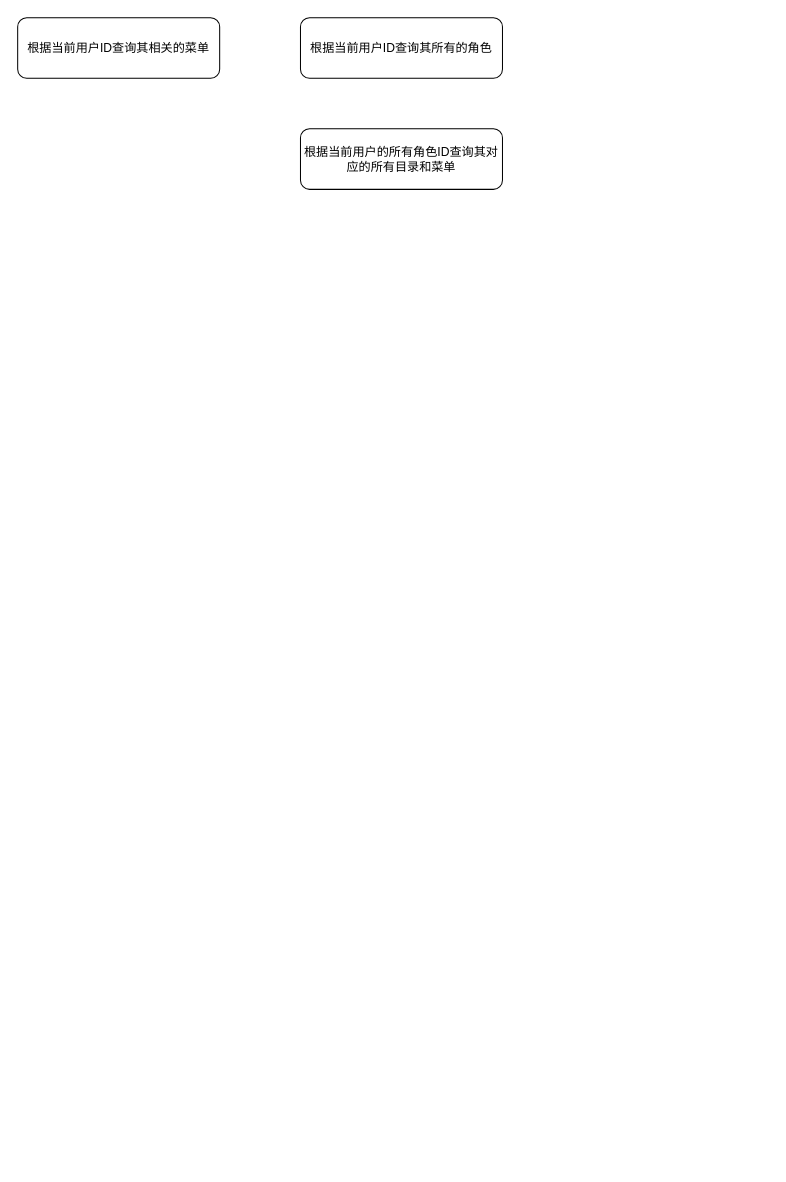
This is page "获取前端所需菜单" (2 of 3) of eladmin.drawio from HonyoLAN/telmy, a draw.io file, before an edit. Source tidied: cells renumbered, new cells numbered last; positions are measured from the earlier drawing's top-left corner, leaving out a move shared by most shapes. Both pictures are drawn from the tidied source at 101%, with x=0, y=0 at pixel (17, 17).
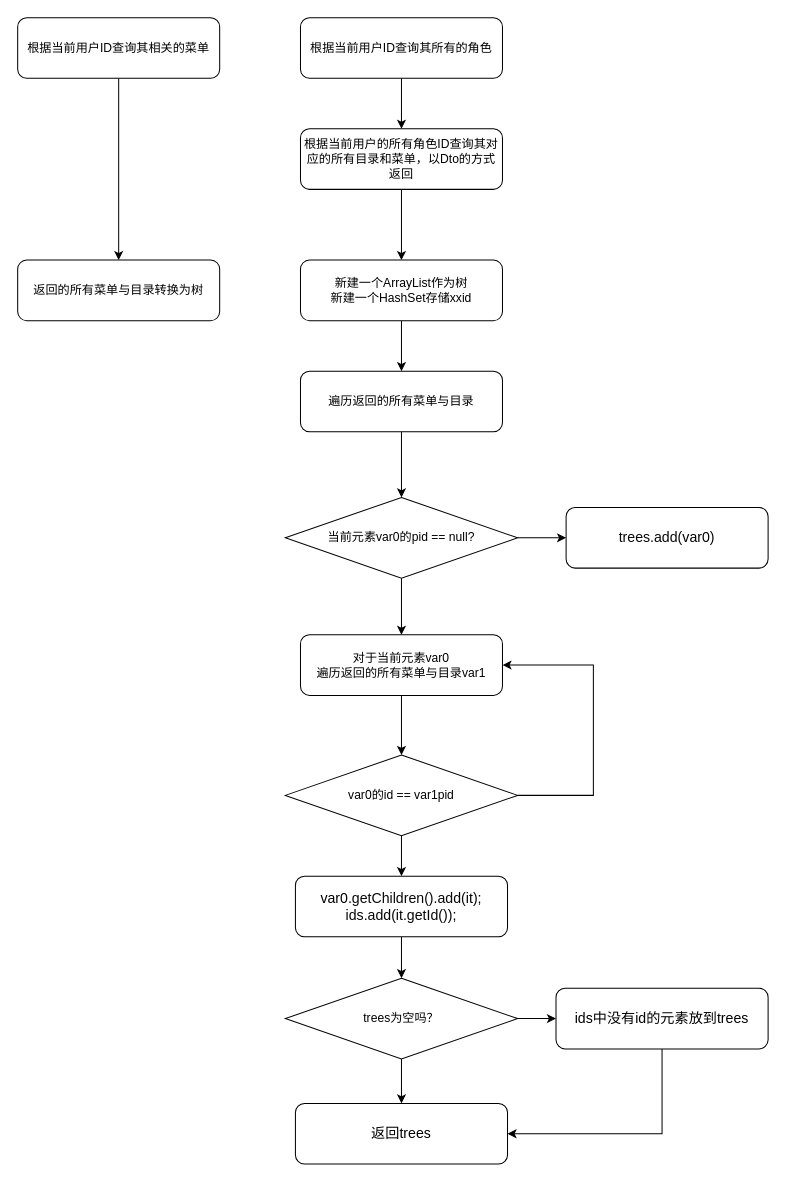
The same page after the edit.

Unchanged cells that the change refers to:
```xml
<mxCell id="2" value="根据当前用户ID查询其相关的菜单" style="rounded=1;whiteSpace=wrap;html=1;" parent="1" vertex="1">
  <mxGeometry width="200" height="60" as="geometry" />
</mxCell>
<mxCell id="3" value="根据当前用户ID查询其所有的角色" style="rounded=1;whiteSpace=wrap;html=1;" parent="1" vertex="1">
  <mxGeometry x="280" width="200" height="60" as="geometry" />
</mxCell>
```

The edit, as a diff of the source:
```diff
@@
+    <mxCell id="5" style="edgeStyle=orthogonalEdgeStyle;rounded=0;jettySize=auto;html=1;exitX=0.5;exitY=1;exitDx=0;exitDy=0;entryX=0.5;entryY=0;entryDx=0;entryDy=0;" parent="1" edge="1" source="2" target="8">
+      <mxGeometry relative="1" as="geometry" />
+    </mxCell>
@@
+    <mxCell id="6" style="edgeStyle=orthogonalEdgeStyle;rounded=0;jettySize=auto;html=1;" parent="1" edge="1" source="3" target="4">
+      <mxGeometry relative="1" as="geometry" />
+    </mxCell>
@@
+    <mxCell id="7" style="edgeStyle=orthogonalEdgeStyle;rounded=0;jettySize=auto;html=1;" parent="1" edge="1" source="4" target="10">
+      <mxGeometry relative="1" as="geometry" />
+    </mxCell>
-    <mxCell id="4" value="根据当前用户的所有角色ID查询其对应的所有目录和菜单" style="rounded=1;whiteSpace=wrap;html=1;" parent="1" vertex="1">
+    <mxCell id="4" value="根据当前用户的所有角色ID查询其对应的所有目录和菜单，以Dto的方式返回" style="rounded=1;whiteSpace=wrap;html=1;" parent="1" vertex="1">
       <mxGeometry x="280" y="110" width="200" height="60" as="geometry" />
     </mxCell>
+    <mxCell id="8" value="返回的所有菜单与目录转换为树" style="rounded=1;whiteSpace=wrap;html=1;" parent="1" vertex="1">
+      <mxGeometry y="240" width="200" height="60" as="geometry" />
+    </mxCell>
+    <mxCell id="9" style="edgeStyle=orthogonalEdgeStyle;rounded=0;jettySize=auto;html=1;" parent="1" edge="1" source="10" target="12">
+      <mxGeometry relative="1" as="geometry" />
+    </mxCell>
+    <mxCell id="10" value="新建一个ArrayList作为树&lt;br&gt;新建一个HashSet存储xxid" style="rounded=1;whiteSpace=wrap;html=1;" parent="1" vertex="1">
+      <mxGeometry x="280" y="240" width="200" height="60" as="geometry" />
+    </mxCell>
+    <mxCell id="11" style="edgeStyle=orthogonalEdgeStyle;rounded=0;jettySize=auto;html=1;" parent="1" edge="1" source="12" target="15">
+      <mxGeometry relative="1" as="geometry" />
+    </mxCell>
+    <mxCell id="12" value="遍历返回的所有菜单与目录" style="rounded=1;whiteSpace=wrap;html=1;" parent="1" vertex="1">
+      <mxGeometry x="280" y="350" width="200" height="60" as="geometry" />
+    </mxCell>
+    <mxCell id="13" style="edgeStyle=orthogonalEdgeStyle;rounded=0;jettySize=auto;html=1;" parent="1" edge="1" source="15" target="16">
+      <mxGeometry relative="1" as="geometry" />
+    </mxCell>
+    <mxCell id="14" style="edgeStyle=orthogonalEdgeStyle;rounded=0;jettySize=auto;html=1;" parent="1" edge="1" source="15" target="18">
+      <mxGeometry relative="1" as="geometry" />
+    </mxCell>
+    <mxCell id="15" value="当前元素var0的pid == null?" style="rhombus;whiteSpace=wrap;html=1;" parent="1" vertex="1">
+      <mxGeometry x="265" y="475" width="230" height="80" as="geometry" />
+    </mxCell>
+    <mxCell id="16" value="&lt;pre style=&quot;background-color:#ffffff;color:#080808;font-family:'JetBrains Mono';font-size:10.5pt;&quot;&gt;trees.add(&lt;span style=&quot;color:#000000;&quot;&gt;var0&lt;/span&gt;)&lt;/pre&gt;" style="rounded=1;whiteSpace=wrap;html=1;" parent="1" vertex="1">
+      <mxGeometry x="543" y="485" width="200" height="60" as="geometry" />
+    </mxCell>
+    <mxCell id="17" style="edgeStyle=orthogonalEdgeStyle;rounded=0;jettySize=auto;html=1;" parent="1" edge="1" source="18" target="21">
+      <mxGeometry relative="1" as="geometry" />
+    </mxCell>
+    <mxCell id="18" value="对于当前元素var0&lt;br&gt;遍历返回的所有菜单与目录var1" style="rounded=1;whiteSpace=wrap;html=1;" parent="1" vertex="1">
+      <mxGeometry x="280" y="611" width="200" height="60" as="geometry" />
+    </mxCell>
+    <mxCell id="19" style="edgeStyle=orthogonalEdgeStyle;rounded=0;jettySize=auto;html=1;exitX=1;exitY=0.5;exitDx=0;exitDy=0;entryX=1;entryY=0.5;entryDx=0;entryDy=0;" parent="1" edge="1" source="21" target="18">
+      <mxGeometry relative="1" as="geometry">
+        <Array as="points">
+          <mxPoint x="570" y="770" />
+          <mxPoint x="570" y="641" />
+        </Array>
+      </mxGeometry>
+    </mxCell>
+    <mxCell id="20" style="edgeStyle=orthogonalEdgeStyle;rounded=0;jettySize=auto;html=1;" parent="1" edge="1" source="21" target="23">
+      <mxGeometry relative="1" as="geometry" />
+    </mxCell>
+    <mxCell id="21" value="var0的id == var1pid" style="rhombus;whiteSpace=wrap;html=1;" parent="1" vertex="1">
+      <mxGeometry x="265" y="730" width="230" height="80" as="geometry" />
+    </mxCell>
+    <mxCell id="22" style="edgeStyle=orthogonalEdgeStyle;rounded=0;jettySize=auto;html=1;" parent="1" edge="1" source="23" target="26">
+      <mxGeometry relative="1" as="geometry" />
+    </mxCell>
+    <mxCell id="23" value="&lt;pre style=&quot;background-color:#ffffff;color:#080808;font-family:'JetBrains Mono';font-size:10.5pt;&quot;&gt;&lt;span style=&quot;color:#000000;&quot;&gt;var0&lt;/span&gt;.getChildren().add(&lt;span style=&quot;color:#000000;&quot;&gt;it&lt;/span&gt;);&lt;br&gt;ids.add(it.getId());&lt;br&gt;&lt;/pre&gt;" style="rounded=1;whiteSpace=wrap;html=1;" parent="1" vertex="1">
+      <mxGeometry x="275" y="850" width="210" height="60" as="geometry" />
+    </mxCell>
+    <mxCell id="24" style="edgeStyle=orthogonalEdgeStyle;rounded=0;jettySize=auto;html=1;" parent="1" edge="1" source="26" target="27">
+      <mxGeometry relative="1" as="geometry" />
+    </mxCell>
+    <mxCell id="25" style="edgeStyle=orthogonalEdgeStyle;rounded=0;jettySize=auto;html=1;" parent="1" edge="1" source="26" target="29">
+      <mxGeometry relative="1" as="geometry" />
+    </mxCell>
+    <mxCell id="26" value="trees为空吗？" style="rhombus;whiteSpace=wrap;html=1;" parent="1" vertex="1">
+      <mxGeometry x="265" y="951" width="230" height="80" as="geometry" />
+    </mxCell>
+    <mxCell id="27" value="&lt;pre style=&quot;background-color: rgb(255, 255, 255); font-family: &amp;quot;JetBrains Mono&amp;quot;; font-size: 10.5pt;&quot;&gt;返回trees&lt;/pre&gt;" style="rounded=1;whiteSpace=wrap;html=1;" parent="1" vertex="1">
+      <mxGeometry x="275" y="1075" width="210" height="60" as="geometry" />
+    </mxCell>
+    <mxCell id="28" style="edgeStyle=orthogonalEdgeStyle;rounded=0;jettySize=auto;html=1;exitX=0.5;exitY=1;exitDx=0;exitDy=0;entryX=1;entryY=0.5;entryDx=0;entryDy=0;" parent="1" edge="1" source="29" target="27">
+      <mxGeometry relative="1" as="geometry" />
+    </mxCell>
+    <mxCell id="29" value="&lt;pre style=&quot;background-color: rgb(255, 255, 255); font-family: &amp;quot;JetBrains Mono&amp;quot;; font-size: 10.5pt;&quot;&gt;ids中没有id的元素放到trees&lt;/pre&gt;" style="rounded=1;whiteSpace=wrap;html=1;" parent="1" vertex="1">
+      <mxGeometry x="533" y="961" width="210" height="60" as="geometry" />
+    </mxCell>
```
